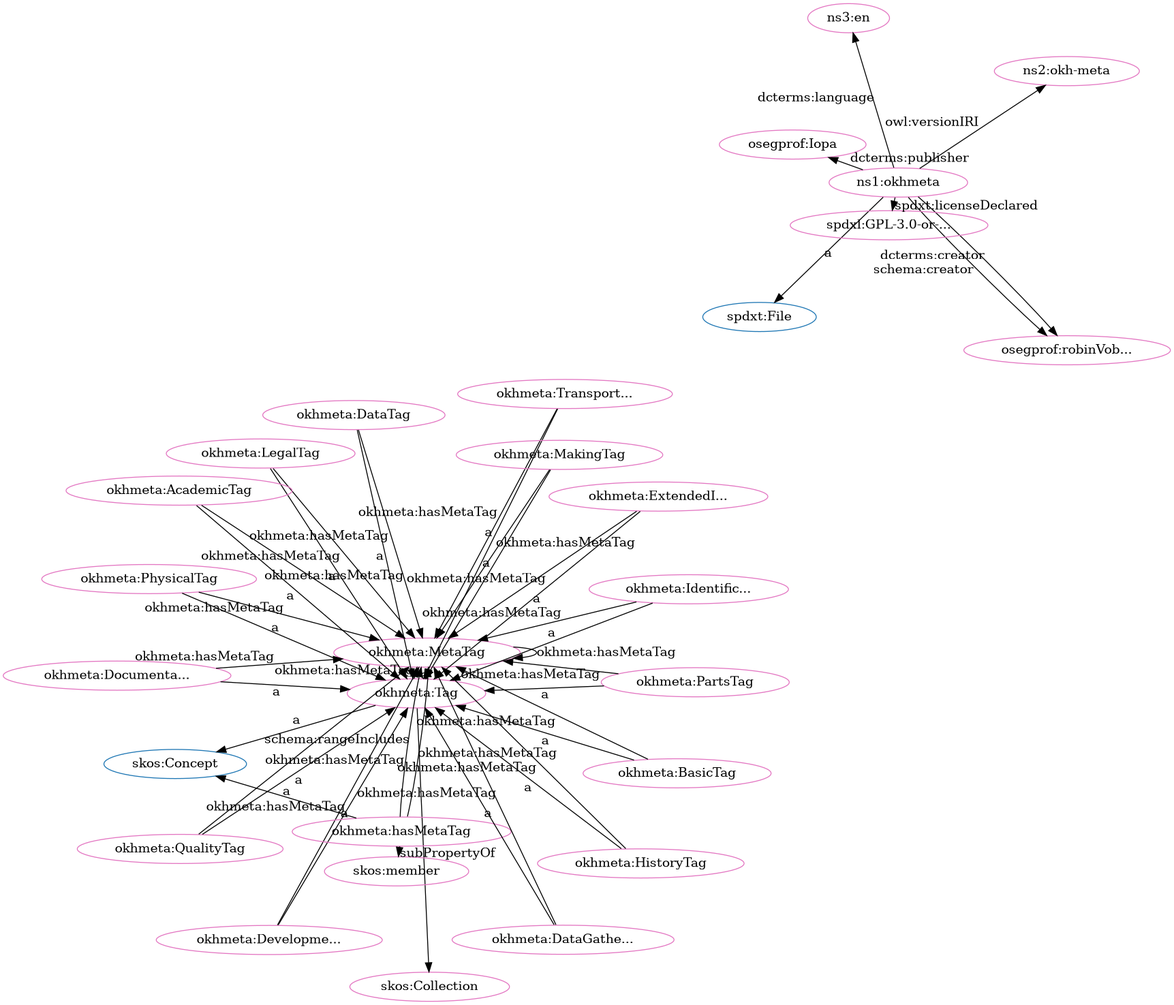
Earlier version of the Graphviz export src/spec/fdp_okh-meta-clean.png (iop-alliance/OpenKnowHow). Its source is kept beside it as src/spec/fdp_okh-meta-clean.dot.
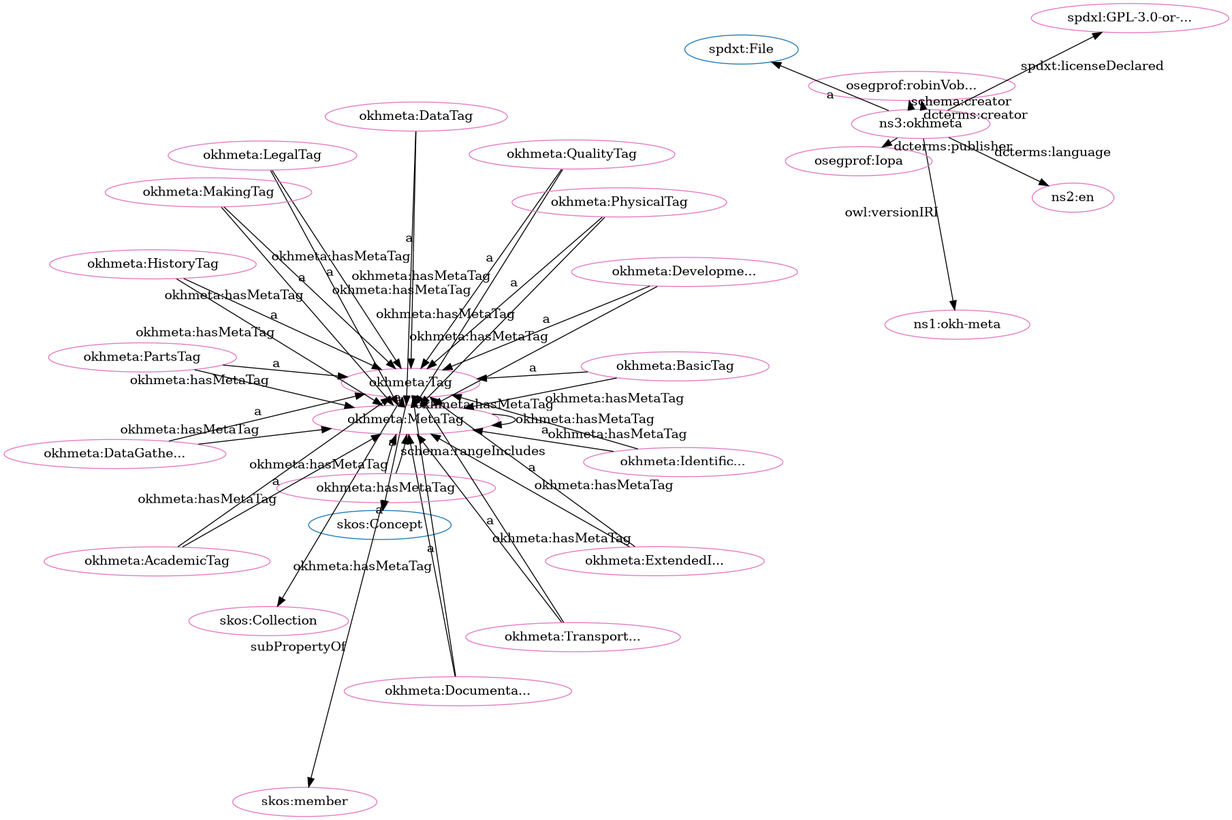
The same diagram one commit later.

What changed in the source:
```diff
@@ -1,81 +1,81 @@
 digraph G {
   rankdir=BT
   node[height=.3]
+"http://spdx.org/rdf/terms#File" [fillcolor="#1f77b4" color="#1f77b4" label="spdxt:File"]
+"http://www.w3.org/2004/02/skos/core#Concept" [fillcolor="#1f77b4" color="#1f77b4" label="skos:Concept"]
 "http://www.w3.org/2004/02/skos/core#Collection" [fillcolor="#1f77b4" color="#1f77b4" label="skos:Collection"]
+"https://w3id.org/oseg/ont/okhmeta#Tag" [fillcolor="#1f77b4" color="#1f77b4" label="okhmeta:Tag"]
 "https://w3id.org/oseg/ont/okhmeta#MetaTag" [fillcolor="#1f77b4" color="#1f77b4" label="okhmeta:MetaTag"]
-"http://www.w3.org/2004/02/skos/core#Concept" [fillcolor="#1f77b4" color="#1f77b4" label="skos:Concept"]
-"https://w3id.org/oseg/ont/okhmeta#Tag" [fillcolor="#1f77b4" color="#1f77b4" label="okhmeta:Tag"]
-"http://spdx.org/rdf/terms#File" [fillcolor="#1f77b4" color="#1f77b4" label="spdxt:File"]
+"https://w3id.org/oseg/ont/1.1.0/okh-meta" [fillcolor="#e377c2" color="#e377c2" label="ns1:okh-meta"]
+"https://w3id.org/oseg/ont/okhmeta#MetaTag" [fillcolor="#e377c2" color="#e377c2" label="okhmeta:MetaTag"]
+"https://w3id.org/oseg/ont/okhmeta#DevelopmentTag" [fillcolor="#e377c2" color="#e377c2" label="okhmeta:Developme..."]
+"http://id.loc.gov/vocabulary/iso639-1/en" [fillcolor="#e377c2" color="#e377c2" label="ns2:en"]
+"https://w3id.org/oseg/ont/oseg-profiles#robinVobruba" [fillcolor="#e377c2" color="#e377c2" label="osegprof:robinVob..."]
+"https://w3id.org/oseg/ont/okhmeta#DataTag" [fillcolor="#e377c2" color="#e377c2" label="okhmeta:DataTag"]
 "https://w3id.org/oseg/ont/okhmeta#ExtendedInfoTag" [fillcolor="#e377c2" color="#e377c2" label="okhmeta:ExtendedI..."]
-"https://w3id.org/oseg/ont/okhmeta#DevelopmentTag" [fillcolor="#e377c2" color="#e377c2" label="okhmeta:Developme..."]
+"https://w3id.org/oseg/ont/okhmeta#DocumentationTag" [fillcolor="#e377c2" color="#e377c2" label="okhmeta:Documenta..."]
+"https://w3id.org/oseg/ont/okhmeta" [fillcolor="#e377c2" color="#e377c2" label="ns3:okhmeta"]
 "https://w3id.org/oseg/ont/okhmeta#hasMetaTag" [fillcolor="#e377c2" color="#e377c2" label="okhmeta:hasMetaTag"]
-"https://w3id.org/oseg/ont/okhmeta#MetaTag" [fillcolor="#e377c2" color="#e377c2" label="okhmeta:MetaTag"]
+"https://w3id.org/oseg/ont/okhmeta#LegalTag" [fillcolor="#e377c2" color="#e377c2" label="okhmeta:LegalTag"]
+"https://w3id.org/oseg/ont/okhmeta#TransportationTag" [fillcolor="#e377c2" color="#e377c2" label="okhmeta:Transport..."]
+"https://w3id.org/oseg/ont/okhmeta#MakingTag" [fillcolor="#e377c2" color="#e377c2" label="okhmeta:MakingTag"]
+"https://w3id.org/oseg/ont/okhmeta#IdentificationTag" [fillcolor="#e377c2" color="#e377c2" label="okhmeta:Identific..."]
+"https://w3id.org/oseg/ont/okhmeta#QualityTag" [fillcolor="#e377c2" color="#e377c2" label="okhmeta:QualityTag"]
+"https://w3id.org/oseg/ont/okhmeta#Tag" [fillcolor="#e377c2" color="#e377c2" label="okhmeta:Tag"]
+"https://w3id.org/oseg/ont/okhmeta#HistoryTag" [fillcolor="#e377c2" color="#e377c2" label="okhmeta:HistoryTag"]
+"https://spdx.org/licenses/GPL-3.0-or-later" [fillcolor="#e377c2" color="#e377c2" label="spdxl:GPL-3.0-or-..."]
+"https://w3id.org/oseg/ont/okhmeta#PhysicalTag" [fillcolor="#e377c2" color="#e377c2" label="okhmeta:PhysicalTag"]
 "https://w3id.org/oseg/ont/okhmeta#DataGatheringTag" [fillcolor="#e377c2" color="#e377c2" label="okhmeta:DataGathe..."]
-"http://www.w3.org/2004/02/skos/core#Collection" [fillcolor="#e377c2" color="#e377c2" label="skos:Collection"]
-"https://w3id.org/oseg/ont/okhmeta#DocumentationTag" [fillcolor="#e377c2" color="#e377c2" label="okhmeta:Documenta..."]
-"https://w3id.org/oseg/ont/okhmeta#HistoryTag" [fillcolor="#e377c2" color="#e377c2" label="okhmeta:HistoryTag"]
-"https://w3id.org/oseg/ont/okhmeta" [fillcolor="#e377c2" color="#e377c2" label="ns1:okhmeta"]
-"http://www.w3.org/2004/02/skos/core#member" [fillcolor="#e377c2" color="#e377c2" label="skos:member"]
-"https://w3id.org/oseg/ont/oseg-profiles#robinVobruba" [fillcolor="#e377c2" color="#e377c2" label="osegprof:robinVob..."]
-"https://w3id.org/oseg/ont/okhmeta#TransportationTag" [fillcolor="#e377c2" color="#e377c2" label="okhmeta:Transport..."]
-"https://w3id.org/oseg/ont/okhmeta#Tag" [fillcolor="#e377c2" color="#e377c2" label="okhmeta:Tag"]
+"https://w3id.org/oseg/ont/okhmeta#BasicTag" [fillcolor="#e377c2" color="#e377c2" label="okhmeta:BasicTag"]
 "https://w3id.org/oseg/ont/oseg-profiles#Iopa" [fillcolor="#e377c2" color="#e377c2" label="osegprof:Iopa"]
 "https://w3id.org/oseg/ont/okhmeta#PartsTag" [fillcolor="#e377c2" color="#e377c2" label="okhmeta:PartsTag"]
-"https://w3id.org/oseg/ont/okhmeta#IdentificationTag" [fillcolor="#e377c2" color="#e377c2" label="okhmeta:Identific..."]
-"https://w3id.org/oseg/ont/1.1.0/okh-meta" [fillcolor="#e377c2" color="#e377c2" label="ns2:okh-meta"]
-"https://w3id.org/oseg/ont/okhmeta#DataTag" [fillcolor="#e377c2" color="#e377c2" label="okhmeta:DataTag"]
-"http://id.loc.gov/vocabulary/iso639-1/en" [fillcolor="#e377c2" color="#e377c2" label="ns3:en"]
-"https://w3id.org/oseg/ont/okhmeta#BasicTag" [fillcolor="#e377c2" color="#e377c2" label="okhmeta:BasicTag"]
-"https://spdx.org/licenses/GPL-3.0-or-later" [fillcolor="#e377c2" color="#e377c2" label="spdxl:GPL-3.0-or-..."]
-"https://w3id.org/oseg/ont/okhmeta#MakingTag" [fillcolor="#e377c2" color="#e377c2" label="okhmeta:MakingTag"]
-"https://w3id.org/oseg/ont/okhmeta#LegalTag" [fillcolor="#e377c2" color="#e377c2" label="okhmeta:LegalTag"]
+"http://www.w3.org/2004/02/skos/core#member" [fillcolor="#e377c2" color="#e377c2" label="skos:member"]
+"http://www.w3.org/2004/02/skos/core#Collection" [fillcolor="#e377c2" color="#e377c2" label="skos:Collection"]
 "https://w3id.org/oseg/ont/okhmeta#AcademicTag" [fillcolor="#e377c2" color="#e377c2" label="okhmeta:AcademicTag"]
-"https://w3id.org/oseg/ont/okhmeta#PhysicalTag" [fillcolor="#e377c2" color="#e377c2" label="okhmeta:PhysicalTag"]
-"https://w3id.org/oseg/ont/okhmeta#QualityTag" [fillcolor="#e377c2" color="#e377c2" label="okhmeta:QualityTag"]
+  "https://w3id.org/oseg/ont/okhmeta#DevelopmentTag" -> "https://w3id.org/oseg/ont/okhmeta#MetaTag" [label="okhmeta:hasMetaTag"]
+  "https://w3id.org/oseg/ont/okhmeta#DevelopmentTag" -> "https://w3id.org/oseg/ont/okhmeta#Tag" [label="a"]
+  "https://w3id.org/oseg/ont/okhmeta" -> "http://id.loc.gov/vocabulary/iso639-1/en" [label="dcterms:language"]
+  "https://w3id.org/oseg/ont/okhmeta" -> "https://w3id.org/oseg/ont/oseg-profiles#robinVobruba" [label="schema:creator"]
+  "https://w3id.org/oseg/ont/okhmeta#BasicTag" -> "https://w3id.org/oseg/ont/okhmeta#MetaTag" [label="okhmeta:hasMetaTag"]
+  "https://w3id.org/oseg/ont/okhmeta#hasMetaTag" -> "https://w3id.org/oseg/ont/okhmeta#MetaTag" [label="okhmeta:hasMetaTag"]
+  "https://w3id.org/oseg/ont/okhmeta#ExtendedInfoTag" -> "https://w3id.org/oseg/ont/okhmeta#Tag" [label="a"]
+  "https://w3id.org/oseg/ont/okhmeta#LegalTag" -> "https://w3id.org/oseg/ont/okhmeta#Tag" [label="a"]
+  "https://w3id.org/oseg/ont/okhmeta#TransportationTag" -> "https://w3id.org/oseg/ont/okhmeta#Tag" [label="a"]
+  "https://w3id.org/oseg/ont/okhmeta#HistoryTag" -> "https://w3id.org/oseg/ont/okhmeta#MetaTag" [label="okhmeta:hasMetaTag"]
+  "https://w3id.org/oseg/ont/okhmeta#QualityTag" -> "https://w3id.org/oseg/ont/okhmeta#Tag" [label="a"]
+  "https://w3id.org/oseg/ont/okhmeta#Tag" -> "http://www.w3.org/2004/02/skos/core#Concept" [label="a"]
+  "https://w3id.org/oseg/ont/okhmeta#HistoryTag" -> "https://w3id.org/oseg/ont/okhmeta#Tag" [label="a"]
+  "https://w3id.org/oseg/ont/okhmeta" -> "https://spdx.org/licenses/GPL-3.0-or-later" [label="spdxt:licenseDeclared"]
+  "https://w3id.org/oseg/ont/okhmeta#MetaTag" -> "https://w3id.org/oseg/ont/okhmeta#MetaTag" [label="okhmeta:hasMetaTag"]
+  "https://w3id.org/oseg/ont/okhmeta#MetaTag" -> "https://w3id.org/oseg/ont/okhmeta#Tag" [label="a"]
   "https://w3id.org/oseg/ont/okhmeta#ExtendedInfoTag" -> "https://w3id.org/oseg/ont/okhmeta#MetaTag" [label="okhmeta:hasMetaTag"]
   "https://w3id.org/oseg/ont/okhmeta#DataGatheringTag" -> "https://w3id.org/oseg/ont/okhmeta#Tag" [label="a"]
+  "https://w3id.org/oseg/ont/okhmeta#PartsTag" -> "https://w3id.org/oseg/ont/okhmeta#Tag" [label="a"]
+  "https://w3id.org/oseg/ont/okhmeta#LegalTag" -> "https://w3id.org/oseg/ont/okhmeta#MetaTag" [label="okhmeta:hasMetaTag"]
+  "https://w3id.org/oseg/ont/okhmeta#hasMetaTag" -> "http://www.w3.org/2004/02/skos/core#member" [label="subPropertyOf"]
   "https://w3id.org/oseg/ont/okhmeta#Tag" -> "http://www.w3.org/2004/02/skos/core#Collection" [label=""]
+  "https://w3id.org/oseg/ont/okhmeta#MakingTag" -> "https://w3id.org/oseg/ont/okhmeta#MetaTag" [label="okhmeta:hasMetaTag"]
+  "https://w3id.org/oseg/ont/okhmeta" -> "https://w3id.org/oseg/ont/1.1.0/okh-meta" [label="owl:versionIRI"]
+  "https://w3id.org/oseg/ont/okhmeta#QualityTag" -> "https://w3id.org/oseg/ont/okhmeta#MetaTag" [label="okhmeta:hasMetaTag"]
+  "https://w3id.org/oseg/ont/okhmeta#hasMetaTag" -> "https://w3id.org/oseg/ont/okhmeta#MetaTag" [label="schema:rangeIncludes"]
+  "https://w3id.org/oseg/ont/okhmeta#PartsTag" -> "https://w3id.org/oseg/ont/okhmeta#MetaTag" [label="okhmeta:hasMetaTag"]
   "https://w3id.org/oseg/ont/okhmeta#DataTag" -> "https://w3id.org/oseg/ont/okhmeta#MetaTag" [label="okhmeta:hasMetaTag"]
+  "https://w3id.org/oseg/ont/okhmeta#DataTag" -> "https://w3id.org/oseg/ont/okhmeta#Tag" [label="a"]
+  "https://w3id.org/oseg/ont/okhmeta#DocumentationTag" -> "https://w3id.org/oseg/ont/okhmeta#Tag" [label="a"]
+  "https://w3id.org/oseg/ont/okhmeta#hasMetaTag" -> "http://www.w3.org/2004/02/skos/core#Concept" [label="a"]
+  "https://w3id.org/oseg/ont/okhmeta#Tag" -> "https://w3id.org/oseg/ont/okhmeta#MetaTag" [label="okhmeta:hasMetaTag"]
+  "https://w3id.org/oseg/ont/okhmeta#TransportationTag" -> "https://w3id.org/oseg/ont/okhmeta#MetaTag" [label="okhmeta:hasMetaTag"]
+  "https://w3id.org/oseg/ont/okhmeta#MakingTag" -> "https://w3id.org/oseg/ont/okhmeta#Tag" [label="a"]
+  "https://w3id.org/oseg/ont/okhmeta#IdentificationTag" -> "https://w3id.org/oseg/ont/okhmeta#MetaTag" [label="okhmeta:hasMetaTag"]
+  "https://w3id.org/oseg/ont/okhmeta#IdentificationTag" -> "https://w3id.org/oseg/ont/okhmeta#Tag" [label="a"]
+  "https://w3id.org/oseg/ont/okhmeta#PhysicalTag" -> "https://w3id.org/oseg/ont/okhmeta#MetaTag" [label="okhmeta:hasMetaTag"]
+  "https://w3id.org/oseg/ont/okhmeta" -> "https://w3id.org/oseg/ont/oseg-profiles#robinVobruba" [label="dcterms:creator"]
+  "https://w3id.org/oseg/ont/okhmeta#PhysicalTag" -> "https://w3id.org/oseg/ont/okhmeta#Tag" [label="a"]
   "https://w3id.org/oseg/ont/okhmeta#DocumentationTag" -> "https://w3id.org/oseg/ont/okhmeta#MetaTag" [label="okhmeta:hasMetaTag"]
-  "https://w3id.org/oseg/ont/okhmeta#HistoryTag" -> "https://w3id.org/oseg/ont/okhmeta#MetaTag" [label="okhmeta:hasMetaTag"]
-  "https://w3id.org/oseg/ont/okhmeta#hasMetaTag" -> "http://www.w3.org/2004/02/skos/core#member" [label="subPropertyOf"]
-  "https://w3id.org/oseg/ont/okhmeta#TransportationTag" -> "https://w3id.org/oseg/ont/okhmeta#Tag" [label="a"]
+  "https://w3id.org/oseg/ont/okhmeta#DataGatheringTag" -> "https://w3id.org/oseg/ont/okhmeta#MetaTag" [label="okhmeta:hasMetaTag"]
+  "https://w3id.org/oseg/ont/okhmeta#BasicTag" -> "https://w3id.org/oseg/ont/okhmeta#Tag" [label="a"]
   "https://w3id.org/oseg/ont/okhmeta" -> "https://w3id.org/oseg/ont/oseg-profiles#Iopa" [label="dcterms:publisher"]
-  "https://w3id.org/oseg/ont/okhmeta#LegalTag" -> "https://w3id.org/oseg/ont/okhmeta#MetaTag" [label="okhmeta:hasMetaTag"]
-  "https://w3id.org/oseg/ont/okhmeta#PartsTag" -> "https://w3id.org/oseg/ont/okhmeta#Tag" [label="a"]
-  "https://w3id.org/oseg/ont/okhmeta#DevelopmentTag" -> "https://w3id.org/oseg/ont/okhmeta#MetaTag" [label="okhmeta:hasMetaTag"]
-  "https://w3id.org/oseg/ont/okhmeta#BasicTag" -> "https://w3id.org/oseg/ont/okhmeta#Tag" [label="a"]
-  "https://w3id.org/oseg/ont/okhmeta" -> "https://spdx.org/licenses/GPL-3.0-or-later" [label="spdxt:licenseDeclared"]
+  "https://w3id.org/oseg/ont/okhmeta#AcademicTag" -> "https://w3id.org/oseg/ont/okhmeta#MetaTag" [label="okhmeta:hasMetaTag"]
   "https://w3id.org/oseg/ont/okhmeta" -> "http://spdx.org/rdf/terms#File" [label="a"]
-  "https://w3id.org/oseg/ont/okhmeta#hasMetaTag" -> "https://w3id.org/oseg/ont/okhmeta#MetaTag" [label="schema:rangeIncludes"]
-  "https://w3id.org/oseg/ont/okhmeta#TransportationTag" -> "https://w3id.org/oseg/ont/okhmeta#MetaTag" [label="okhmeta:hasMetaTag"]
   "https://w3id.org/oseg/ont/okhmeta#AcademicTag" -> "https://w3id.org/oseg/ont/okhmeta#Tag" [label="a"]
-  "https://w3id.org/oseg/ont/okhmeta#PhysicalTag" -> "https://w3id.org/oseg/ont/okhmeta#Tag" [label="a"]
-  "https://w3id.org/oseg/ont/okhmeta#Tag" -> "https://w3id.org/oseg/ont/okhmeta#MetaTag" [label="okhmeta:hasMetaTag"]
-  "https://w3id.org/oseg/ont/okhmeta#ExtendedInfoTag" -> "https://w3id.org/oseg/ont/okhmeta#Tag" [label="a"]
-  "https://w3id.org/oseg/ont/okhmeta#DevelopmentTag" -> "https://w3id.org/oseg/ont/okhmeta#Tag" [label="a"]
-  "https://w3id.org/oseg/ont/okhmeta#hasMetaTag" -> "https://w3id.org/oseg/ont/okhmeta#MetaTag" [label="okhmeta:hasMetaTag"]
-  "https://w3id.org/oseg/ont/okhmeta#DocumentationTag" -> "https://w3id.org/oseg/ont/okhmeta#Tag" [label="a"]
-  "https://w3id.org/oseg/ont/okhmeta#HistoryTag" -> "https://w3id.org/oseg/ont/okhmeta#Tag" [label="a"]
-  "https://w3id.org/oseg/ont/okhmeta#PartsTag" -> "https://w3id.org/oseg/ont/okhmeta#MetaTag" [label="okhmeta:hasMetaTag"]
-  "https://w3id.org/oseg/ont/okhmeta#IdentificationTag" -> "https://w3id.org/oseg/ont/okhmeta#MetaTag" [label="okhmeta:hasMetaTag"]
-  "https://w3id.org/oseg/ont/okhmeta" -> "https://w3id.org/oseg/ont/oseg-profiles#robinVobruba" [label="dcterms:creator"]
-  "https://w3id.org/oseg/ont/okhmeta#Tag" -> "http://www.w3.org/2004/02/skos/core#Concept" [label="a"]
-  "https://w3id.org/oseg/ont/okhmeta#MakingTag" -> "https://w3id.org/oseg/ont/okhmeta#MetaTag" [label="okhmeta:hasMetaTag"]
-  "https://w3id.org/oseg/ont/okhmeta#AcademicTag" -> "https://w3id.org/oseg/ont/okhmeta#MetaTag" [label="okhmeta:hasMetaTag"]
-  "https://w3id.org/oseg/ont/okhmeta#hasMetaTag" -> "http://www.w3.org/2004/02/skos/core#Concept" [label="a"]
-  "https://w3id.org/oseg/ont/okhmeta#MetaTag" -> "https://w3id.org/oseg/ont/okhmeta#MetaTag" [label="okhmeta:hasMetaTag"]
-  "https://w3id.org/oseg/ont/okhmeta#PhysicalTag" -> "https://w3id.org/oseg/ont/okhmeta#MetaTag" [label="okhmeta:hasMetaTag"]
-  "https://w3id.org/oseg/ont/okhmeta" -> "https://w3id.org/oseg/ont/oseg-profiles#robinVobruba" [label="schema:creator"]
-  "https://w3id.org/oseg/ont/okhmeta#IdentificationTag" -> "https://w3id.org/oseg/ont/okhmeta#Tag" [label="a"]
-  "https://w3id.org/oseg/ont/okhmeta#QualityTag" -> "https://w3id.org/oseg/ont/okhmeta#MetaTag" [label="okhmeta:hasMetaTag"]
-  "https://w3id.org/oseg/ont/okhmeta" -> "https://w3id.org/oseg/ont/1.1.0/okh-meta" [label="owl:versionIRI"]
-  "https://w3id.org/oseg/ont/okhmeta#DataTag" -> "https://w3id.org/oseg/ont/okhmeta#Tag" [label="a"]
-  "https://w3id.org/oseg/ont/okhmeta" -> "http://id.loc.gov/vocabulary/iso639-1/en" [label="dcterms:language"]
-  "https://w3id.org/oseg/ont/okhmeta#MakingTag" -> "https://w3id.org/oseg/ont/okhmeta#Tag" [label="a"]
-  "https://w3id.org/oseg/ont/okhmeta#BasicTag" -> "https://w3id.org/oseg/ont/okhmeta#MetaTag" [label="okhmeta:hasMetaTag"]
-  "https://w3id.org/oseg/ont/okhmeta#DataGatheringTag" -> "https://w3id.org/oseg/ont/okhmeta#MetaTag" [label="okhmeta:hasMetaTag"]
-  "https://w3id.org/oseg/ont/okhmeta#LegalTag" -> "https://w3id.org/oseg/ont/okhmeta#Tag" [label="a"]
-  "https://w3id.org/oseg/ont/okhmeta#MetaTag" -> "https://w3id.org/oseg/ont/okhmeta#Tag" [label="a"]
-  "https://w3id.org/oseg/ont/okhmeta#QualityTag" -> "https://w3id.org/oseg/ont/okhmeta#Tag" [label="a"]
 }
```
